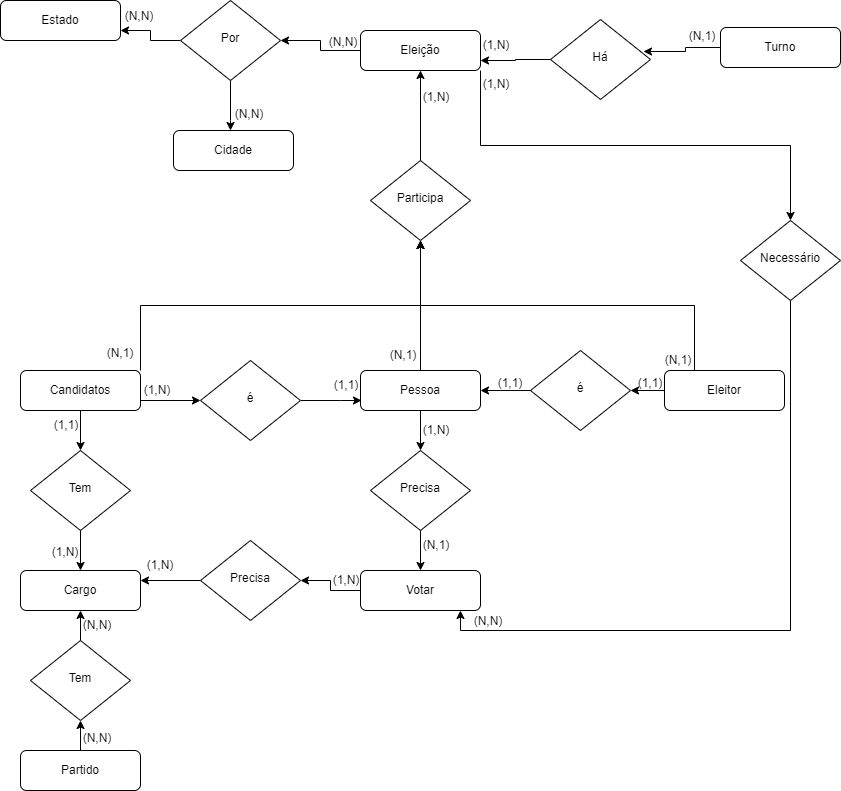
The draw.io diagram .github/Modelo Conceitual Votação.drawio.png in JhayneK/Sistema-Votacao, before a commit. Source tidied: cells renumbered, new cells last; positions are measured from the earlier drawing's top-left corner, leaving out a move shared by most shapes.
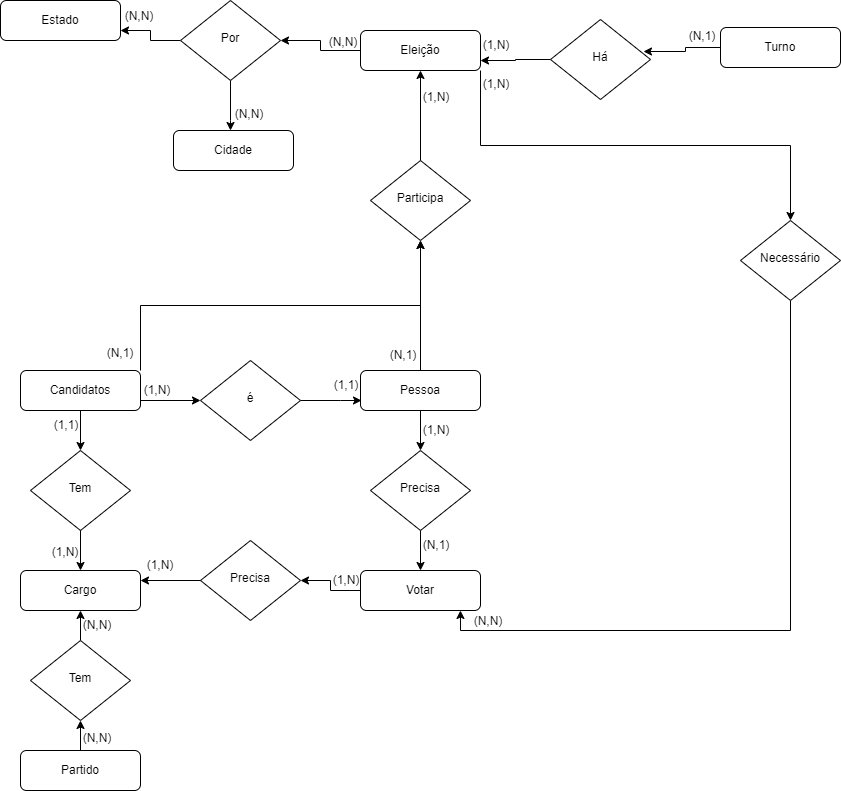
After the commit.

Change to the diagram source:
```diff
@@ -17,15 +17,6 @@
     <mxCell id="6" value="Precisa" style="rhombus;whiteSpace=wrap;html=1;shadow=0;fontFamily=Helvetica;fontSize=12;align=center;strokeWidth=1;spacing=6;spacingTop=-4;" parent="1" vertex="1">
       <mxGeometry x="370" y="450" width="100" height="80" as="geometry" />
     </mxCell>
-    <mxCell id="7" style="edgeStyle=orthogonalEdgeStyle;rounded=0;jettySize=auto;html=1;exitX=0.25;exitY=0;exitDx=0;exitDy=0;entryX=0.5;entryY=1;entryDx=0;entryDy=0;" parent="1" edge="1" source="9" target="11">
-      <mxGeometry relative="1" as="geometry" />
-    </mxCell>
-    <mxCell id="8" style="edgeStyle=orthogonalEdgeStyle;rounded=0;jettySize=auto;html=1;exitX=0;exitY=0.5;exitDx=0;exitDy=0;entryX=1;entryY=0.5;entryDx=0;entryDy=0;" parent="1" edge="1" source="9" target="35">
-      <mxGeometry relative="1" as="geometry" />
-    </mxCell>
-    <mxCell id="9" value="Eleitor" style="rounded=1;whiteSpace=wrap;html=1;fontSize=12;glass=0;strokeWidth=1;shadow=0;" parent="1" vertex="1">
-      <mxGeometry x="664" y="370" width="120" height="40" as="geometry" />
-    </mxCell>
     <mxCell id="10" style="edgeStyle=orthogonalEdgeStyle;rounded=0;jettySize=auto;html=1;exitX=0.5;exitY=0;exitDx=0;exitDy=0;entryX=0.5;entryY=1;entryDx=0;entryDy=0;" parent="1" edge="1" source="11" target="22">
       <mxGeometry relative="1" as="geometry" />
     </mxCell>
@@ -103,18 +94,6 @@
     <mxCell id="33" value="(1,N)" style="text;html=1;strokeColor=none;fillColor=none;align=center;verticalAlign=middle;whiteSpace=wrap;rounded=0;" parent="1" vertex="1">
       <mxGeometry x="127" y="375" width="60" height="30" as="geometry" />
     </mxCell>
-    <mxCell id="34" style="edgeStyle=orthogonalEdgeStyle;rounded=0;jettySize=auto;html=1;exitX=0;exitY=0.5;exitDx=0;exitDy=0;entryX=1;entryY=0.5;entryDx=0;entryDy=0;" parent="1" edge="1" source="35" target="4">
-      <mxGeometry relative="1" as="geometry" />
-    </mxCell>
-    <mxCell id="35" value="é" style="rhombus;whiteSpace=wrap;html=1;shadow=0;fontFamily=Helvetica;fontSize=12;align=center;strokeWidth=1;spacing=6;spacingTop=-4;" parent="1" vertex="1">
-      <mxGeometry x="530" y="350" width="100" height="80" as="geometry" />
-    </mxCell>
-    <mxCell id="36" value="(1,1)" style="text;html=1;strokeColor=none;fillColor=none;align=center;verticalAlign=middle;whiteSpace=wrap;rounded=0;" parent="1" vertex="1">
-      <mxGeometry x="620" y="368" width="60" height="30" as="geometry" />
-    </mxCell>
-    <mxCell id="37" value="(1,1)" style="text;html=1;strokeColor=none;fillColor=none;align=center;verticalAlign=middle;whiteSpace=wrap;rounded=0;" parent="1" vertex="1">
-      <mxGeometry x="480" y="368" width="60" height="30" as="geometry" />
-    </mxCell>
     <mxCell id="38" style="edgeStyle=orthogonalEdgeStyle;rounded=0;jettySize=auto;html=1;exitX=0.5;exitY=1;exitDx=0;exitDy=0;entryX=0.5;entryY=0;entryDx=0;entryDy=0;" parent="1" edge="1" source="39" target="27">
       <mxGeometry relative="1" as="geometry" />
     </mxCell>
@@ -145,9 +124,6 @@
     <mxCell id="47" value="(N,1)" style="text;html=1;strokeColor=none;fillColor=none;align=center;verticalAlign=middle;whiteSpace=wrap;rounded=0;" parent="1" vertex="1">
       <mxGeometry x="373" y="340" width="60" height="30" as="geometry" />
     </mxCell>
-    <mxCell id="48" value="(N,1)" style="text;html=1;strokeColor=none;fillColor=none;align=center;verticalAlign=middle;whiteSpace=wrap;rounded=0;" parent="1" vertex="1">
-      <mxGeometry x="648" y="345" width="60" height="30" as="geometry" />
-    </mxCell>
     <mxCell id="49" value="(1,N)" style="text;html=1;strokeColor=none;fillColor=none;align=center;verticalAlign=middle;whiteSpace=wrap;rounded=0;" parent="1" vertex="1">
       <mxGeometry x="406" y="82" width="60" height="30" as="geometry" />
     </mxCell>
```
